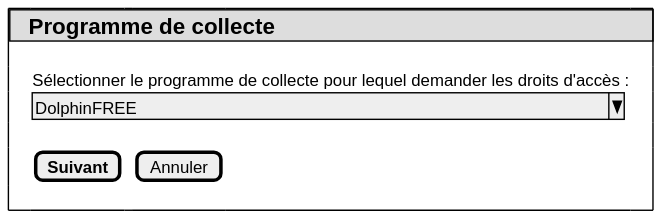
The PlantUML diagram projects/common/spe/images/program-access-rights-request-selection.svg in sumaris-net/sumaris-doc, before a commit.
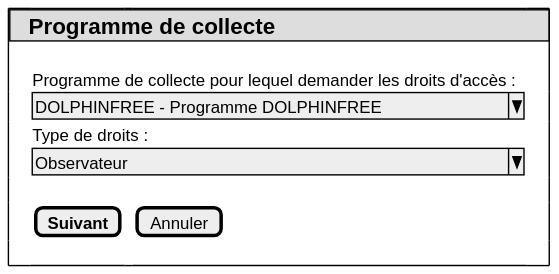
The same diagram one commit later.

Commit message:
[enh] Mock-up update and user rights and privileges correction

The edit, as a diff of the source:
```diff
@@ -3,8 +3,10 @@
     {+
         {* <color:dddddd> | <size:16><b>Programme de collecte} | * | * | * | * | * | * | * | *
         . | . | . | . | . | .
-        <color:ffffff>++ | Sélectionner le programme de collecte pour lequel demander les droits d'accès : | * | * | * | <color:ffffff>++
-        . | ^DolphinFREE                                        ^ | * | * | * | .
+        <color:ffffff>++ | Programme de collecte pour lequel demander les droits d'accès : | * | * | * | <color:ffffff>++
+        . | ^DOLPHINFREE - Programme DOLPHINFREE       ^ | * | * | * | .
+        <color:ffffff>++ | Type de droits : | * | * | * | <color:ffffff>++
+        . | ^Observateur                               ^ | * | * | * | .
         . | . | . | . | . | .
         . | [<b>Suivant] | . | [Annuler] | . | .
         . | . | . | . | . | .
```
